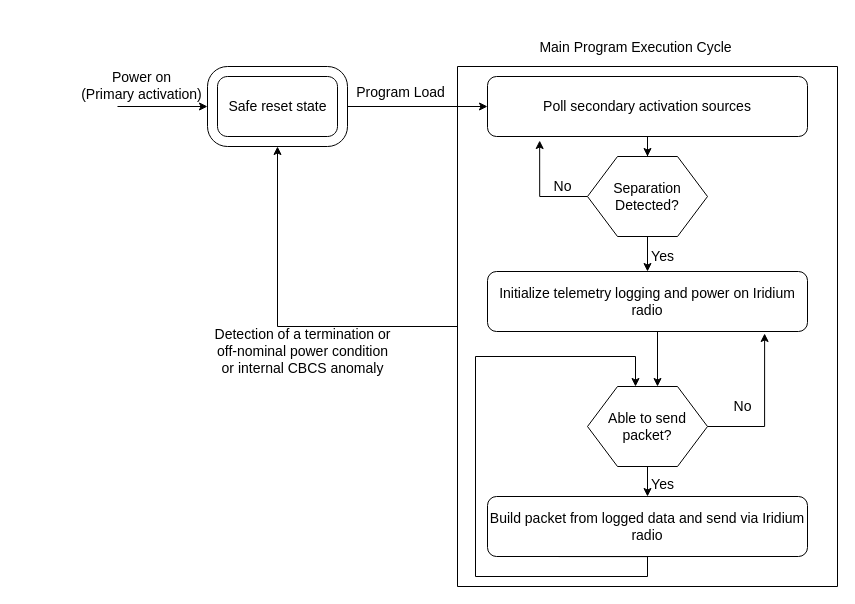
krups/iss-software keeps this draw.io diagram as doc/images/software-overview.drawio. Above is the earlier version. Source tidied: cells renumbered, new cells numbered last; positions are measured from the earlier drawing's top-left corner, leaving out a move shared by most shapes. Both pictures are drawn from the tidied source at 100%, with x=0, y=0 at pixel (71, 37).
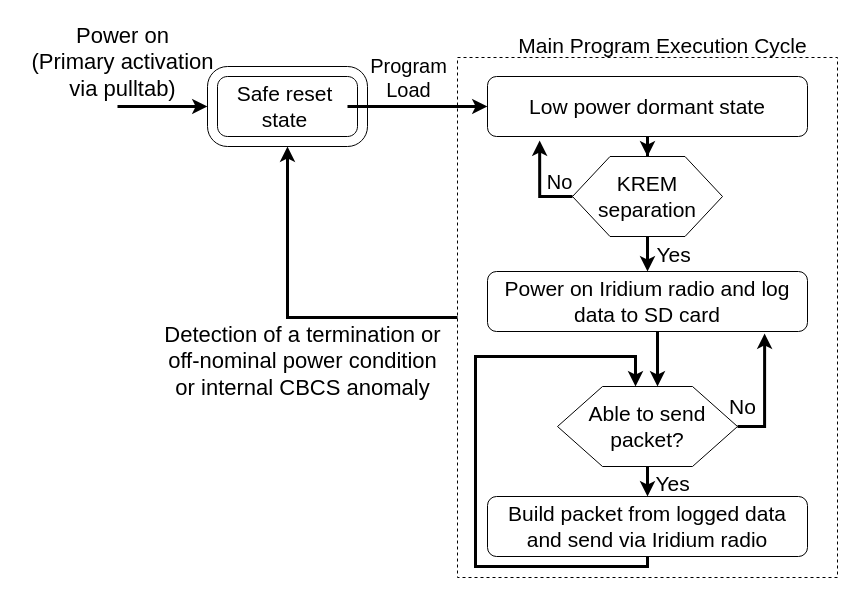
The same page after the edit.

Diff of the diagram source:
```diff
@@
+    <mxCell id="3" style="verticalLabelPosition=bottom;verticalAlign=top;html=1;shape=mxgraph.basic.rect;fillColor2=none;strokeWidth=1;size=20;indent=5;fillColor=none;dashed=1;" parent="1" vertex="1">
+      <mxGeometry x="386" y="20" width="380" height="520" as="geometry" />
+    </mxCell>
+    <mxCell id="25" value="Yes" style="text;html=1;align=center;verticalAlign=middle;fontSize=21;" parent="1" vertex="1">
+      <mxGeometry x="571" y="426" width="60" height="40" as="geometry" />
+    </mxCell>
+    <mxCell id="22" value="Yes" style="text;html=1;align=center;verticalAlign=middle;fontSize=21;" parent="1" vertex="1">
+      <mxGeometry x="572" y="197" width="60" height="40" as="geometry" />
+    </mxCell>
+    <mxCell id="8" value="&lt;div style=&quot;font-size: 22px;&quot;&gt;Power on&lt;br style=&quot;font-size: 22px;&quot;&gt;(Primary activation&lt;/div&gt;&lt;div style=&quot;font-size: 22px;&quot;&gt;via pulltab)&lt;br style=&quot;font-size: 22px;&quot;&gt;&lt;/div&gt;" style="text;html=1;align=center;verticalAlign=middle;fontSize=22;" parent="1" vertex="1">
+      <mxGeometry x="-54" y="-20" width="210" height="90" as="geometry" />
+    </mxCell>
-    <mxCell id="2" style="edgeStyle=orthogonalEdgeStyle;rounded=0;jettySize=auto;html=1;entryX=0.5;entryY=1;entryDx=0;entryDy=0;entryPerimeter=0;fontSize=14;" parent="1" edge="1" source="3" target="5">
+    <mxCell id="2" style="edgeStyle=orthogonalEdgeStyle;rounded=0;jettySize=auto;html=1;entryX=0.5;entryY=1;entryDx=0;entryDy=0;entryPerimeter=0;fontSize=14;strokeWidth=3;" parent="1" edge="1" source="3" target="5">
       <mxGeometry relative="1" as="geometry" />
     </mxCell>
-    <mxCell id="3" style="verticalLabelPosition=bottom;verticalAlign=top;html=1;shape=mxgraph.basic.rect;fillColor2=none;strokeWidth=1;size=20;indent=5;" parent="1" vertex="1">
-      <mxGeometry x="386" y="29" width="380" height="520" as="geometry" />
-    </mxCell>
-    <mxCell id="4" style="endArrow=classic;html=1;" parent="1" edge="1">
+    <mxCell id="4" style="endArrow=classic;html=1;strokeWidth=3;" parent="1" edge="1">
       <mxGeometry relative="1" as="geometry">
         <mxPoint x="46" y="69" as="sourcePoint" />
         <mxPoint x="136" y="69" as="targetPoint" />
       </mxGeometry>
     </mxCell>
-    <mxCell id="5" style="verticalLabelPosition=bottom;verticalAlign=top;html=1;shape=mxgraph.basic.rounded_frame;dx=10;" parent="1" vertex="1">
-      <mxGeometry x="136" y="29" width="140" height="80" as="geometry" />
+    <mxCell id="5" style="verticalLabelPosition=bottom;verticalAlign=top;html=1;shape=mxgraph.basic.rounded_frame;dx=10;fontSize=16;" parent="1" vertex="1">
+      <mxGeometry x="136" y="29" width="160" height="80" as="geometry" />
     </mxCell>
-    <mxCell id="6" value="&lt;font style=&quot;font-size: 14px&quot;&gt;Safe reset state&lt;/font&gt;" style="text;html=1;align=center;verticalAlign=middle;" parent="5" vertex="1">
-      <mxGeometry x="15" y="30" width="110" height="20" as="geometry" />
+    <mxCell id="6" value="&lt;font style=&quot;font-size: 21px;&quot;&gt;Safe reset&lt;br&gt;state&lt;/font&gt;" style="text;html=1;align=center;verticalAlign=middle;" parent="5" vertex="1">
+      <mxGeometry x="17" y="10" width="120" height="60" as="geometry" />
     </mxCell>
-    <mxCell id="7" style="endArrow=classic;html=1;entryX=0;entryY=0.5;entryDx=0;entryDy=0;" parent="1" edge="1" target="11">
+    <mxCell id="7" style="endArrow=classic;html=1;entryX=0;entryY=0.5;entryDx=0;entryDy=0;strokeWidth=3;" parent="1" edge="1" target="11">
       <mxGeometry relative="1" as="geometry">
         <mxPoint x="276" y="69" as="sourcePoint" />
       </mxGeometry>
     </mxCell>
-    <mxCell id="8" value="&lt;div&gt;Power on&lt;br&gt;(Primary activation)&lt;br&gt;&lt;/div&gt;" style="text;html=1;align=center;verticalAlign=middle;fontSize=14;" parent="1" vertex="1">
-      <mxGeometry y="28" width="140" height="40" as="geometry" />
-    </mxCell>
-    <mxCell id="9" value="Program Load" style="text;html=1;align=center;verticalAlign=middle;fontSize=14;" parent="1" vertex="1">
-      <mxGeometry x="279" y="45" width="100" height="20" as="geometry" />
+    <mxCell id="9" value="Program&lt;br&gt;Load" style="text;html=1;align=center;verticalAlign=middle;fontSize=20;" parent="1" vertex="1">
+      <mxGeometry x="287" y="10" width="100" height="60" as="geometry" />
     </mxCell>
-    <mxCell id="10" style="edgeStyle=orthogonalEdgeStyle;rounded=0;jettySize=auto;html=1;fontSize=14;" parent="1" edge="1" source="11" target="14">
+    <mxCell id="10" style="edgeStyle=orthogonalEdgeStyle;rounded=0;jettySize=auto;html=1;fontSize=14;strokeWidth=3;" parent="1" edge="1" source="11" target="14">
       <mxGeometry relative="1" as="geometry" />
     </mxCell>
-    <mxCell id="11" value="&lt;font style=&quot;font-size: 14px&quot;&gt;Poll secondary activation sources&lt;/font&gt;" style="rounded=1;whiteSpace=wrap;html=1;" parent="1" vertex="1">
+    <mxCell id="11" value="&lt;span style=&quot;font-size: 21px;&quot;&gt;Low power dormant state&lt;/span&gt;" style="rounded=1;whiteSpace=wrap;html=1;fontSize=21;" parent="1" vertex="1">
       <mxGeometry x="416" y="39" width="320" height="60" as="geometry" />
     </mxCell>
-    <mxCell id="12" style="edgeStyle=orthogonalEdgeStyle;rounded=0;jettySize=auto;html=1;exitX=0;exitY=0.5;exitDx=0;exitDy=0;entryX=0.163;entryY=1.067;entryDx=0;entryDy=0;entryPerimeter=0;fontSize=14;" parent="1" edge="1" source="14" target="11">
+    <mxCell id="12" style="edgeStyle=orthogonalEdgeStyle;rounded=0;jettySize=auto;html=1;exitX=0;exitY=0.5;exitDx=0;exitDy=0;entryX=0.163;entryY=1.067;entryDx=0;entryDy=0;entryPerimeter=0;fontSize=14;strokeWidth=3;" parent="1" edge="1" source="14" target="11">
       <mxGeometry relative="1" as="geometry" />
     </mxCell>
-    <mxCell id="13" style="edgeStyle=orthogonalEdgeStyle;rounded=0;jettySize=auto;html=1;fontSize=14;" parent="1" edge="1" source="14" target="17">
+    <mxCell id="13" style="edgeStyle=orthogonalEdgeStyle;rounded=0;jettySize=auto;html=1;fontSize=14;strokeWidth=3;" parent="1" edge="1" source="14" target="17">
       <mxGeometry relative="1" as="geometry" />
     </mxCell>
-    <mxCell id="14" value="Separation&lt;br style=&quot;font-size: 14px;&quot;&gt;Detected?" style="shape=hexagon;perimeter=hexagonPerimeter2;whiteSpace=wrap;html=1;fontSize=14;" parent="1" vertex="1">
-      <mxGeometry x="516" y="119" width="120" height="80" as="geometry" />
+    <mxCell id="14" value="KREM &lt;br style=&quot;font-size: 21px;&quot;&gt;separation" style="shape=hexagon;perimeter=hexagonPerimeter2;whiteSpace=wrap;html=1;fontSize=21;" parent="1" vertex="1">
+      <mxGeometry x="501" y="119" width="150" height="80" as="geometry" />
     </mxCell>
-    <mxCell id="15" value="No" style="text;html=1;align=center;verticalAlign=middle;fontSize=14;" parent="1" vertex="1">
-      <mxGeometry x="476" y="139" width="30" height="20" as="geometry" />
+    <mxCell id="15" value="No" style="text;html=1;align=center;verticalAlign=middle;fontSize=20;" parent="1" vertex="1">
+      <mxGeometry x="463" y="124" width="50" height="40" as="geometry" />
     </mxCell>
-    <mxCell id="16" style="edgeStyle=orthogonalEdgeStyle;rounded=0;orthogonalLoop=1;jettySize=auto;html=1;fontSize=14;" parent="1" edge="1">
+    <mxCell id="16" style="edgeStyle=orthogonalEdgeStyle;rounded=0;orthogonalLoop=1;jettySize=auto;html=1;fontSize=14;strokeWidth=3;" parent="1" edge="1">
       <mxGeometry relative="1" as="geometry">
         <mxPoint x="586" y="294" as="sourcePoint" />
         <mxPoint x="586" y="349" as="targetPoint" />
       </mxGeometry>
     </mxCell>
-    <mxCell id="17" value="Initialize telemetry logging and power on Iridium radio" style="rounded=1;whiteSpace=wrap;html=1;fontSize=14;" parent="1" vertex="1">
+    <mxCell id="17" value="Power on Iridium radio and log data to SD card" style="rounded=1;whiteSpace=wrap;html=1;fontSize=21;" parent="1" vertex="1">
       <mxGeometry x="416" y="234" width="320" height="60" as="geometry" />
     </mxCell>
-    <mxCell id="18" style="edgeStyle=orthogonalEdgeStyle;rounded=0;jettySize=auto;html=1;fontSize=14;" parent="1" edge="1" source="20" target="24">
+    <mxCell id="18" style="edgeStyle=orthogonalEdgeStyle;rounded=0;jettySize=auto;html=1;fontSize=14;strokeWidth=3;" parent="1" edge="1" source="20" target="24">
       <mxGeometry relative="1" as="geometry" />
     </mxCell>
-    <mxCell id="19" style="edgeStyle=orthogonalEdgeStyle;rounded=0;jettySize=auto;html=1;exitX=1;exitY=0.5;exitDx=0;exitDy=0;entryX=0.866;entryY=1.033;entryDx=0;entryDy=0;entryPerimeter=0;fontSize=14;" parent="1" edge="1" source="20" target="17">
+    <mxCell id="19" style="edgeStyle=orthogonalEdgeStyle;rounded=0;jettySize=auto;html=1;exitX=1;exitY=0.5;exitDx=0;exitDy=0;entryX=0.866;entryY=1.033;entryDx=0;entryDy=0;entryPerimeter=0;fontSize=14;strokeWidth=3;" parent="1" edge="1" source="20" target="17">
       <mxGeometry relative="1" as="geometry">
         <Array as="points">
           <mxPoint x="693" y="389" />
         </Array>
       </mxGeometry>
     </mxCell>
-    <mxCell id="20" value="Able to send packet?" style="shape=hexagon;perimeter=hexagonPerimeter2;whiteSpace=wrap;html=1;fontSize=14;" parent="1" vertex="1">
-      <mxGeometry x="516" y="349" width="120" height="80" as="geometry" />
+    <mxCell id="20" value="Able to send packet?" style="shape=hexagon;perimeter=hexagonPerimeter2;whiteSpace=wrap;html=1;fontSize=21;" parent="1" vertex="1">
+      <mxGeometry x="486" y="349" width="180" height="80" as="geometry" />
     </mxCell>
-    <mxCell id="21" value="No" style="text;html=1;align=center;verticalAlign=middle;fontSize=14;" parent="1" vertex="1">
-      <mxGeometry x="656" y="359" width="30" height="20" as="geometry" />
+    <mxCell id="21" value="No" style="text;html=1;align=center;verticalAlign=middle;fontSize=21;" parent="1" vertex="1">
+      <mxGeometry x="646" y="349" width="50" height="40" as="geometry" />
     </mxCell>
-    <mxCell id="22" value="Yes" style="text;html=1;align=center;verticalAlign=middle;fontSize=14;" parent="1" vertex="1">
-      <mxGeometry x="571" y="209" width="40" height="20" as="geometry" />
-    </mxCell>
-    <mxCell id="23" style="edgeStyle=orthogonalEdgeStyle;rounded=0;jettySize=auto;html=1;fontSize=14;entryX=0.333;entryY=0;entryDx=0;entryDy=0;entryPerimeter=0;exitX=0.222;exitY=1.001;exitDx=0;exitDy=0;exitPerimeter=0;" parent="1" edge="1" source="24">
+    <mxCell id="23" style="edgeStyle=orthogonalEdgeStyle;rounded=0;jettySize=auto;html=1;fontSize=14;entryX=0.333;entryY=0;entryDx=0;entryDy=0;entryPerimeter=0;exitX=0.5;exitY=1;exitDx=0;exitDy=0;strokeWidth=3;" parent="1" edge="1" source="24">
       <mxGeometry relative="1" as="geometry">
         <mxPoint x="564" y="349" as="targetPoint" />
         <Array as="points">
-          <mxPoint x="576" y="519" />
-          <mxPoint x="576" y="539" />
-          <mxPoint x="404" y="539" />
+          <mxPoint x="576" y="529" />
+          <mxPoint x="404" y="529" />
           <mxPoint x="404" y="319" />
           <mxPoint x="564" y="319" />
         </Array>
       </mxGeometry>
     </mxCell>
-    <mxCell id="24" value="Build packet from logged data and send via Iridium radio" style="rounded=1;whiteSpace=wrap;html=1;fontSize=14;" parent="1" vertex="1">
+    <mxCell id="24" value="Build packet from logged data and send via Iridium radio" style="rounded=1;whiteSpace=wrap;html=1;fontSize=21;" parent="1" vertex="1">
       <mxGeometry x="416" y="459" width="320" height="60" as="geometry" />
     </mxCell>
-    <mxCell id="25" value="Yes" style="text;html=1;align=center;verticalAlign=middle;fontSize=14;" parent="1" vertex="1">
-      <mxGeometry x="571" y="437" width="40" height="20" as="geometry" />
-    </mxCell>
-    <mxCell id="26" value="Main Program Execution Cycle" style="text;html=1;align=center;verticalAlign=middle;fontSize=14;" parent="1" vertex="1">
-      <mxGeometry x="459" width="210" height="20" as="geometry" />
+    <mxCell id="26" value="Main Program Execution Cycle" style="text;html=1;align=center;verticalAlign=middle;fontSize=21;" parent="1" vertex="1">
+      <mxGeometry x="436" y="-12" width="310" height="40" as="geometry" />
     </mxCell>
-    <mxCell id="27" value="Detection of a termination or&lt;br style=&quot;font-size: 14px&quot;&gt;&lt;div&gt; off-nominal power condition&lt;/div&gt;&lt;div&gt;or internal CBCS anomaly&lt;br&gt;&lt;/div&gt;" style="text;html=1;align=center;verticalAlign=middle;fontSize=14;" parent="1" vertex="1">
-      <mxGeometry x="136" y="284" width="190" height="60" as="geometry" />
+    <mxCell id="27" value="Detection of a termination or&lt;br style=&quot;font-size: 22px;&quot;&gt;&lt;div style=&quot;font-size: 22px;&quot;&gt; off-nominal power condition&lt;/div&gt;&lt;div style=&quot;font-size: 22px;&quot;&gt;or internal CBCS anomaly&lt;br style=&quot;font-size: 22px;&quot;&gt;&lt;/div&gt;" style="text;html=1;align=center;verticalAlign=middle;fontSize=22;" parent="1" vertex="1">
+      <mxGeometry x="81" y="279" width="300" height="90" as="geometry" />
     </mxCell>
```
